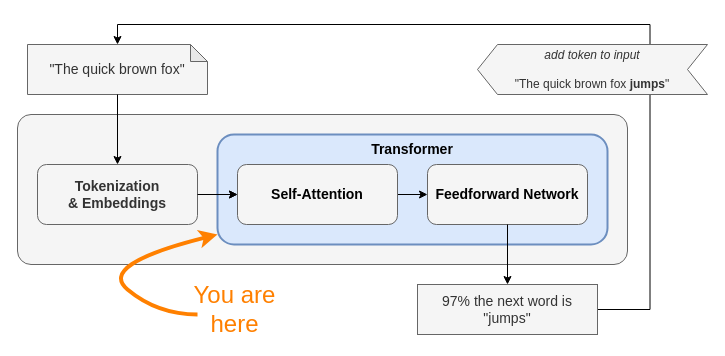
The draw.io diagram book/images/transformer/llm-flow-transformer.drawio in yshavit/llm-notes, before the edit. Source tidied: cells renumbered, new cells numbered last; positions are measured from the earlier drawing's top-left corner, leaving out a move shared by most shapes. Both pictures are drawn from the tidied source at 100%, with x=0, y=0 at pixel (17, 44).
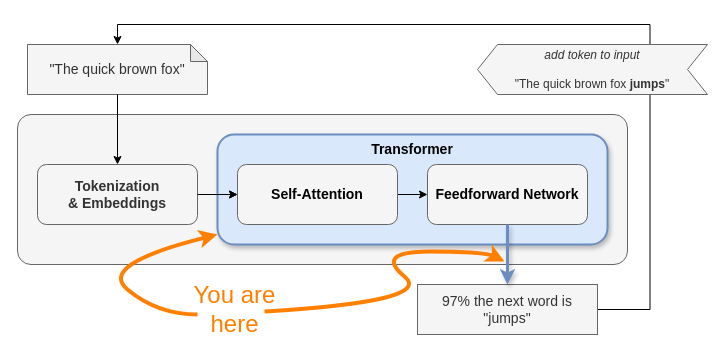
Above is the later version.

Unchanged cells that the change refers to:
```xml
<mxCell id="9" value="&lt;b&gt;Feedforward Network&lt;/b&gt;" style="rounded=1;whiteSpace=wrap;html=1;fillColor=#f5f5f5;fontColor=#000000;strokeColor=#666666;fontSize=14;" parent="1" vertex="1">
  <mxGeometry x="410" y="120" width="160" height="60" as="geometry" />
</mxCell>
<mxCell id="11" value="97% the next word is &quot;jumps&quot;" style="rounded=0;whiteSpace=wrap;html=1;fontSize=14;fillColor=#f5f5f5;strokeColor=#666666;fontColor=#333333;" parent="1" vertex="1">
  <mxGeometry x="400" y="240" width="180" height="50" as="geometry" />
</mxCell>
```

Diff of the diagram source:
```diff
@@
-    <mxCell id="3" value="Transformer" style="rounded=1;whiteSpace=wrap;html=1;verticalAlign=top;fontSize=14;strokeWidth=2;fillColor=#dae8fc;fontStyle=1;strokeColor=#6c8ebf;" parent="1" vertex="1">
+    <mxCell id="3" value="Transformer" style="rounded=1;whiteSpace=wrap;html=1;verticalAlign=top;fontSize=14;strokeWidth=2;fillColor=#dae8fc;fontStyle=1;strokeColor=#6c8ebf;shadow=1;" parent="1" vertex="1">
       <mxGeometry x="200" y="90" width="390" height="110" as="geometry" />
     </mxCell>
@@
-    <mxCell id="16" style="edgeStyle=orthogonalEdgeStyle;rounded=0;jettySize=auto;html=1;" parent="1" edge="1" source="9" target="11">
+    <mxCell id="16" style="edgeStyle=orthogonalEdgeStyle;rounded=0;jettySize=auto;html=1;strokeWidth=3;fillColor=#dae8fc;strokeColor=#6c8ebf;shadow=1;" parent="1" edge="1" source="9" target="11">
       <mxGeometry relative="1" as="geometry" />
     </mxCell>
@@
+    <mxCell id="19" style="curved=1;endArrow=classic;html=1;rounded=0;endFill=1;strokeWidth=4;fillColor=#d80073;strokeColor=#FF8000;startFill=1;comic=0;" parent="1" edge="1">
+      <mxGeometry relative="1" as="geometry">
+        <mxPoint x="247" y="267" as="sourcePoint" />
+        <mxPoint x="487" y="217" as="targetPoint" />
+        <Array as="points">
+          <mxPoint x="417" y="257" />
+          <mxPoint x="357" y="207" />
+          <mxPoint x="467" y="207" />
+        </Array>
+      </mxGeometry>
+    </mxCell>
```
